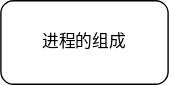
Before: process.drawio.svg, a diagram exported from draw.io (YuMingLiDawn/Linux). Source tidied: cells renumbered, new cells last; positions are measured from the earlier drawing's top-left corner, leaving out a move shared by most shapes.
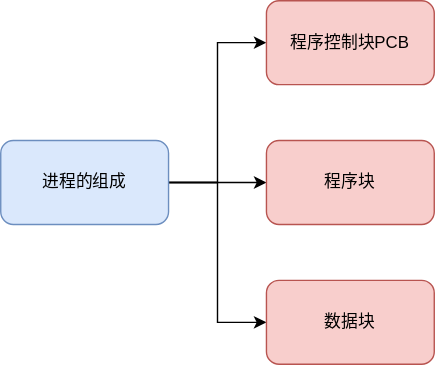
The same file after the commit.

Diff of the diagram source:
```diff
@@ -2,8 +2,26 @@
   <root>
     <mxCell id="0" />
     <mxCell id="1" parent="0" />
+    <mxCell id="3" style="edgeStyle=orthogonalEdgeStyle;rounded=0;jettySize=auto;html=1;entryX=0;entryY=0.5;entryDx=0;entryDy=0;" parent="1" edge="1" source="2" target="6">
+      <mxGeometry relative="1" as="geometry" />
+    </mxCell>
+    <mxCell id="4" style="edgeStyle=orthogonalEdgeStyle;rounded=0;jettySize=auto;html=1;" parent="1" edge="1" source="2" target="7">
+      <mxGeometry relative="1" as="geometry" />
+    </mxCell>
+    <mxCell id="5" style="edgeStyle=orthogonalEdgeStyle;rounded=0;jettySize=auto;html=1;entryX=0;entryY=0.5;entryDx=0;entryDy=0;" parent="1" edge="1" source="2" target="8">
+      <mxGeometry relative="1" as="geometry" />
+    </mxCell>
-    <mxCell id="2" value="进程的组成" style="rounded=1;whiteSpace=wrap;html=1;" parent="1" vertex="1">
+    <mxCell id="2" value="进程的组成" style="rounded=1;whiteSpace=wrap;html=1;fillColor=#dae8fc;strokeColor=#6c8ebf;" parent="1" vertex="1">
       <mxGeometry width="120" height="60" as="geometry" />
     </mxCell>
+    <mxCell id="6" value="程序控制块PCB" style="rounded=1;whiteSpace=wrap;html=1;fillColor=#f8cecc;strokeColor=#b85450;" parent="1" vertex="1">
+      <mxGeometry x="190" y="-100" width="120" height="60" as="geometry" />
+    </mxCell>
+    <mxCell id="7" value="程序块" style="rounded=1;whiteSpace=wrap;html=1;fillColor=#f8cecc;strokeColor=#b85450;" parent="1" vertex="1">
+      <mxGeometry x="190" width="120" height="60" as="geometry" />
+    </mxCell>
+    <mxCell id="8" value="数据块" style="rounded=1;whiteSpace=wrap;html=1;fillColor=#f8cecc;strokeColor=#b85450;" parent="1" vertex="1">
+      <mxGeometry x="190" y="100" width="120" height="60" as="geometry" />
+    </mxCell>
   </root>
 </mxGraphModel>
```
